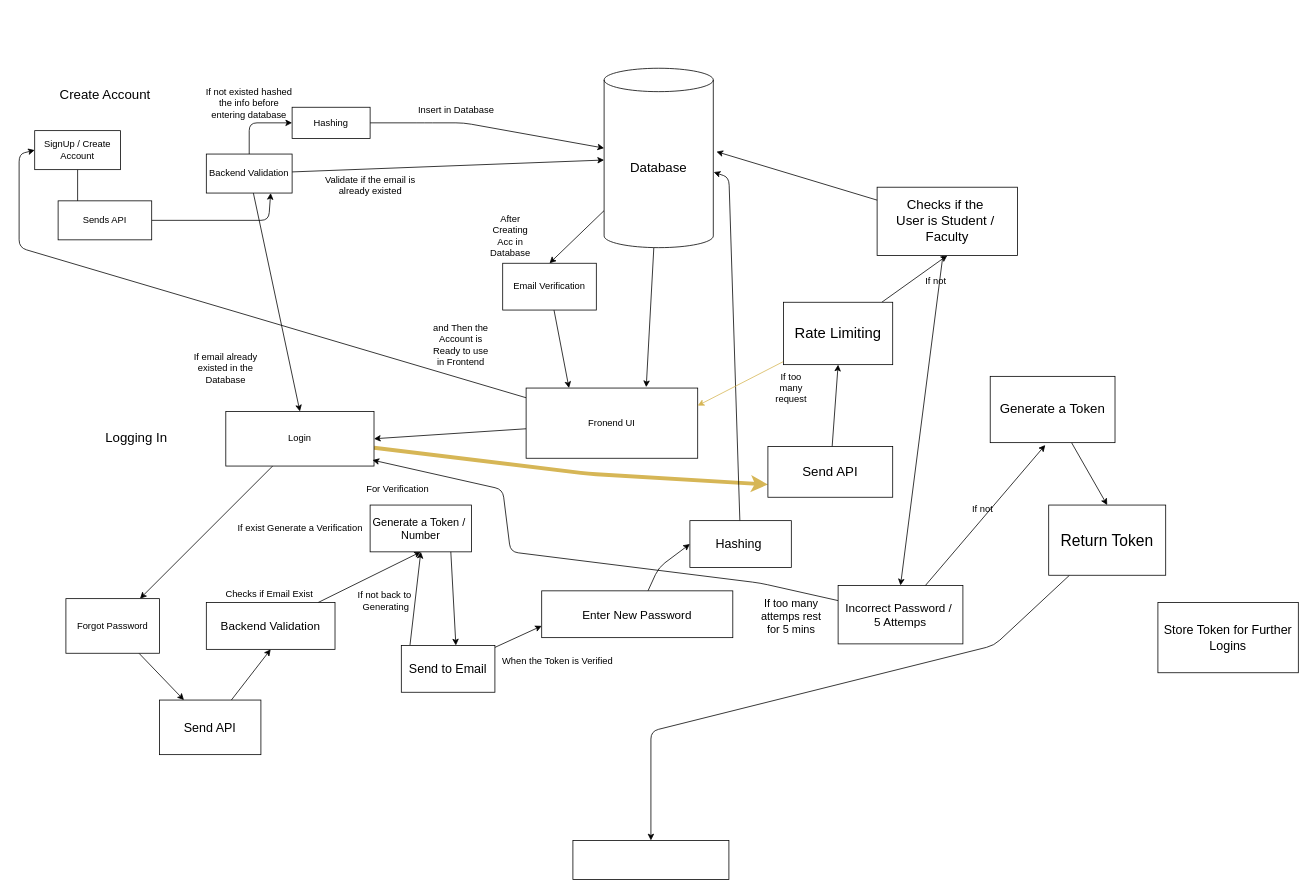
This is page "Page-1" (1 of 2) of unilab/backend-workflow.drawio from Lawrenzzzzz/uni-lab, a draw.io file, before an edit. Source tidied: cells renumbered, new cells numbered last; positions are measured from the earlier drawing's top-left corner, leaving out a move shared by most shapes. Both pictures are drawn from the tidied source at 78%, with x=0, y=0 at pixel (19, 68).
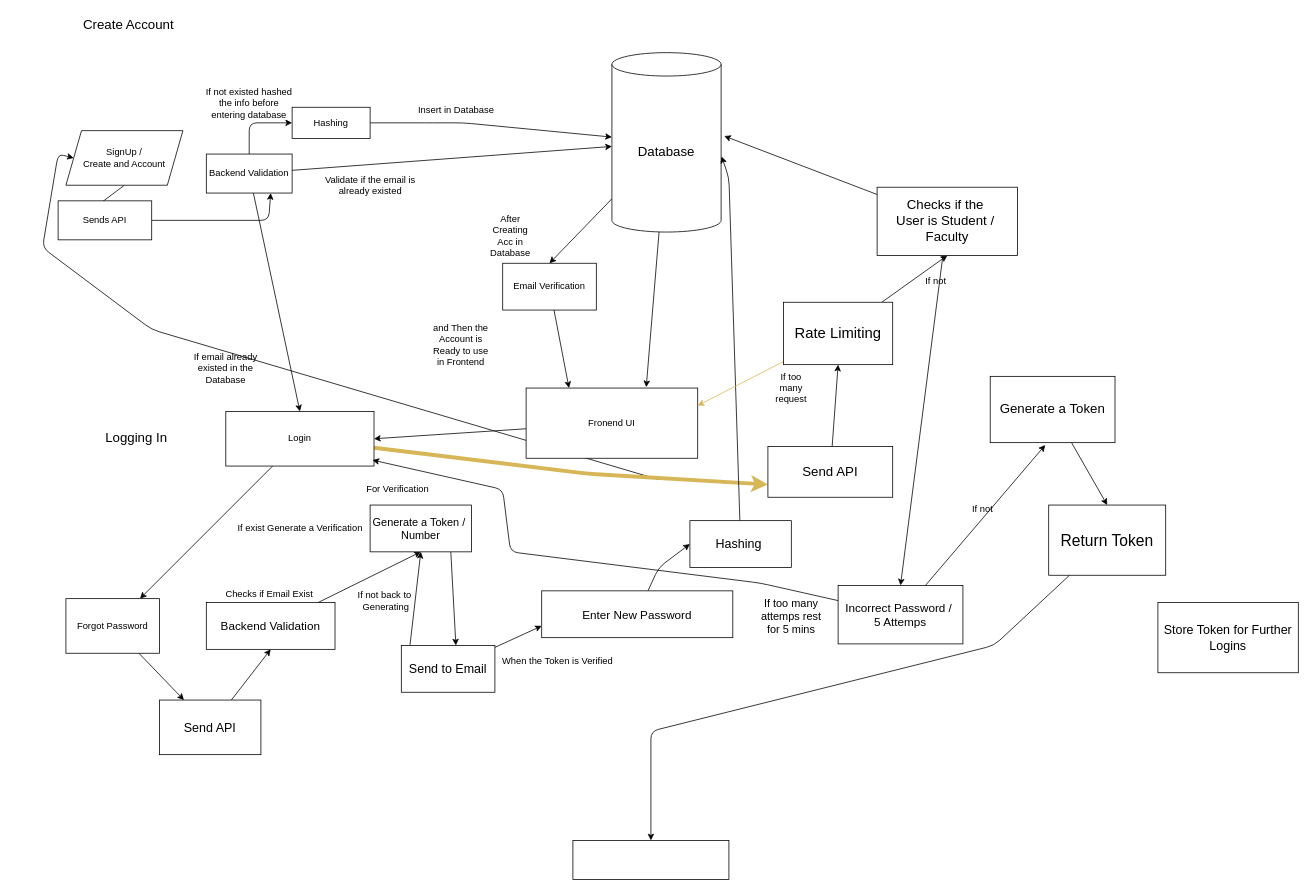
After the change.

Unchanged cells that the change refers to:
```xml
<mxCell id="8" value="Sends API" style="rounded=0;whiteSpace=wrap;html=1;" parent="1" vertex="1">
  <mxGeometry x="50" y="170" width="120" height="50" as="geometry" />
</mxCell>
<mxCell id="19" value="Fronend UI" style="rounded=0;whiteSpace=wrap;html=1;" parent="1" vertex="1">
  <mxGeometry x="650" y="410" width="220" height="90" as="geometry" />
</mxCell>
```

Diff of the diagram source:
```diff
@@
-    <mxCell id="2" style="edgeStyle=none;html=1;entryX=0;entryY=0.5;entryDx=0;entryDy=0;" parent="1" edge="1" source="3" target="8">
+    <mxCell id="2" style="edgeStyle=none;html=1;entryX=0;entryY=0.5;entryDx=0;entryDy=0;exitX=0.5;exitY=1;exitDx=0;exitDy=0;" parent="1" edge="1" source="72" target="8">
       <mxGeometry relative="1" as="geometry">
         <Array as="points">
           <mxPoint x="75" y="195" />
         </Array>
       </mxGeometry>
     </mxCell>
-    <mxCell id="3" value="SignUp / Create Account" style="rounded=0;whiteSpace=wrap;html=1;" parent="1" vertex="1">
-      <mxGeometry x="20" y="80" width="110" height="50" as="geometry" />
-    </mxCell>
@@
     <mxCell id="6" value="&lt;font style=&quot;font-size: 17px;&quot;&gt;Database&lt;/font&gt;" style="shape=cylinder3;whiteSpace=wrap;html=1;boundedLbl=1;backgroundOutline=1;size=15;" parent="1" vertex="1">
-      <mxGeometry x="750" width="140" height="230" as="geometry" />
+      <mxGeometry x="760" y="-20" width="140" height="230" as="geometry" />
     </mxCell>
@@
     <mxCell id="16" value="&lt;font style=&quot;font-size: 17px;&quot;&gt;Create Account&lt;/font&gt;" style="text;html=1;align=center;verticalAlign=middle;strokeColor=none;fillColor=none;" parent="1" vertex="1">
-      <mxGeometry x="40" y="20" width="140" height="30" as="geometry" />
+      <mxGeometry x="70" y="-70" width="140" height="30" as="geometry" />
     </mxCell>
-    <mxCell id="17" style="edgeStyle=none;html=1;entryX=0;entryY=0.5;entryDx=0;entryDy=0;" parent="1" edge="1" source="19" target="3">
+    <mxCell id="17" style="edgeStyle=none;html=1;entryX=0;entryY=0.5;entryDx=0;entryDy=0;" parent="1" edge="1" target="72">
       <mxGeometry relative="1" as="geometry">
+        <mxPoint x="820" y="527.4" as="sourcePoint" />
         <Array as="points">
-          <mxPoint y="230" />
-          <mxPoint y="110" />
+          <mxPoint x="170" y="335" />
+          <mxPoint x="30" y="230" />
+          <mxPoint x="50" y="110" />
         </Array>
       </mxGeometry>
     </mxCell>
@@
+    <mxCell id="72" value="SignUp /&lt;div&gt;Create and Account&lt;/div&gt;" style="shape=parallelogram;perimeter=parallelogramPerimeter;whiteSpace=wrap;html=1;fixedSize=1;" parent="1" vertex="1">
+      <mxGeometry x="60" y="80" width="150" height="70" as="geometry" />
+    </mxCell>
```
